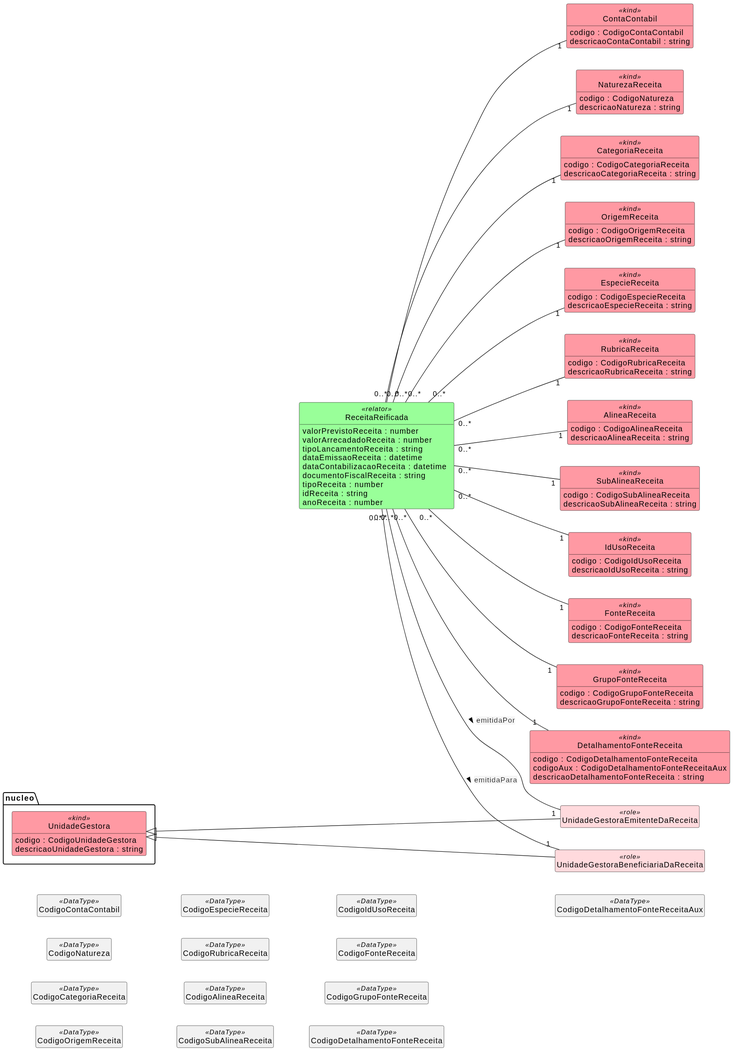
Above: generated/receitas.svg in Renzo-Henrique/secont-ontologias (PlantUML), before the change. Its diagram source:
```plantuml
@startuml
set separator none
left to right direction
skinparam classAttributeIconSize 0
hide empty members
skinparam nodesep 40
skinparam ranksep 45
skinparam backgroundColor white
hide circle
class "ContaContabil" <<kind>> #FF99A3 {
  codigo : CodigoContaContabil
  descricaoContaContabil : string
}
class "NaturezaReceita" <<kind>> #FF99A3 {
  codigo : CodigoNatureza
  descricaoNatureza : string
}
class "CategoriaReceita" <<kind>> #FF99A3 {
  codigo : CodigoCategoriaReceita
  descricaoCategoriaReceita : string
}
class "OrigemReceita" <<kind>> #FF99A3 {
  codigo : CodigoOrigemReceita
  descricaoOrigemReceita : string
}
class "EspecieReceita" <<kind>> #FF99A3 {
  codigo : CodigoEspecieReceita
  descricaoEspecieReceita : string
}
class "RubricaReceita" <<kind>> #FF99A3 {
  codigo : CodigoRubricaReceita
  descricaoRubricaReceita : string
}
class "AlineaReceita" <<kind>> #FF99A3 {
  codigo : CodigoAlineaReceita
  descricaoAlineaReceita : string
}
class "SubAlineaReceita" <<kind>> #FF99A3 {
  codigo : CodigoSubAlineaReceita
  descricaoSubAlineaReceita : string
}
class "IdUsoReceita" <<kind>> #FF99A3 {
  codigo : CodigoIdUsoReceita
  descricaoIdUsoReceita : string
}
class "FonteReceita" <<kind>> #FF99A3 {
  codigo : CodigoFonteReceita
  descricaoFonteReceita : string
}
class "GrupoFonteReceita" <<kind>> #FF99A3 {
  codigo : CodigoGrupoFonteReceita
  descricaoGrupoFonteReceita : string
}
class "DetalhamentoFonteReceita" <<kind>> #FF99A3 {
  codigo : CodigoDetalhamentoFonteReceita
  codigoAux : CodigoDetalhamentoFonteReceitaAux
  descricaoDetalhamentoFonteReceita : string
}
class ReceitaReificada as "                  ReceitaReificada                  " <<relator>> #99FF99 {
  valorPrevistoReceita : number
  valorArrecadadoReceita : number
  tipoLancamentoReceita : string
  dataEmissaoReceita : datetime
  dataContabilizacaoReceita : datetime
  documentoFiscalReceita : string
  tipoReceita : number
  idReceita : string
  anoReceita : number
}
class "UnidadeGestoraEmitenteDaReceita" <<role>> #FFDADD {
}
class "UnidadeGestoraBeneficiariaDaReceita" <<role>> #FFDADD {
}
class "CodigoContaContabil" <<DataType>> {
}
class "CodigoNatureza" <<DataType>> {
}
class "CodigoCategoriaReceita" <<DataType>> {
}
class "CodigoOrigemReceita" <<DataType>> {
}
class "CodigoEspecieReceita" <<DataType>> {
}
class "CodigoRubricaReceita" <<DataType>> {
}
class "CodigoAlineaReceita" <<DataType>> {
}
class "CodigoSubAlineaReceita" <<DataType>> {
}
class "CodigoIdUsoReceita" <<DataType>> {
}
class "CodigoFonteReceita" <<DataType>> {
}
class "CodigoGrupoFonteReceita" <<DataType>> {
}
class "CodigoDetalhamentoFonteReceita" <<DataType>> {
}
class "CodigoDetalhamentoFonteReceitaAux" <<DataType>> {
}

package "nucleo" {
class nucleo_UnidadeGestora as "UnidadeGestora" <<kind>> #FF99A3 {
  codigo : CodigoUnidadeGestora
  descricaoUnidadeGestora : string
}
}
nucleo_UnidadeGestora <|---- "UnidadeGestoraEmitenteDaReceita"
nucleo_UnidadeGestora <|---- "UnidadeGestoraBeneficiariaDaReceita"
ReceitaReificada "0..*" -- "1" "UnidadeGestoraBeneficiariaDaReceita" : <back:WhiteSmoke>emitidaPara</back> >
ReceitaReificada "0..*" -- "1" "ContaContabil"
ReceitaReificada "0..*" -- "1" "NaturezaReceita"
ReceitaReificada "0..*" -- "1" "CategoriaReceita"
ReceitaReificada "0..*" -- "1" "OrigemReceita"
ReceitaReificada "0..*" -- "1" "EspecieReceita"
ReceitaReificada "0..*" -- "1" "RubricaReceita"
ReceitaReificada "0..*" -- "1" "AlineaReceita"
ReceitaReificada "0..*" -- "1" "SubAlineaReceita"
ReceitaReificada "0..*" -- "1" "IdUsoReceita"
ReceitaReificada "0..*" -- "1" "FonteReceita"
ReceitaReificada "0..*" -- "1" "GrupoFonteReceita"
ReceitaReificada "0..*" -- "1" "DetalhamentoFonteReceita"
ReceitaReificada "0..*" -- "1" "UnidadeGestoraEmitenteDaReceita" : <back:WhiteSmoke>emitidaPor</back> >
@enduml
```
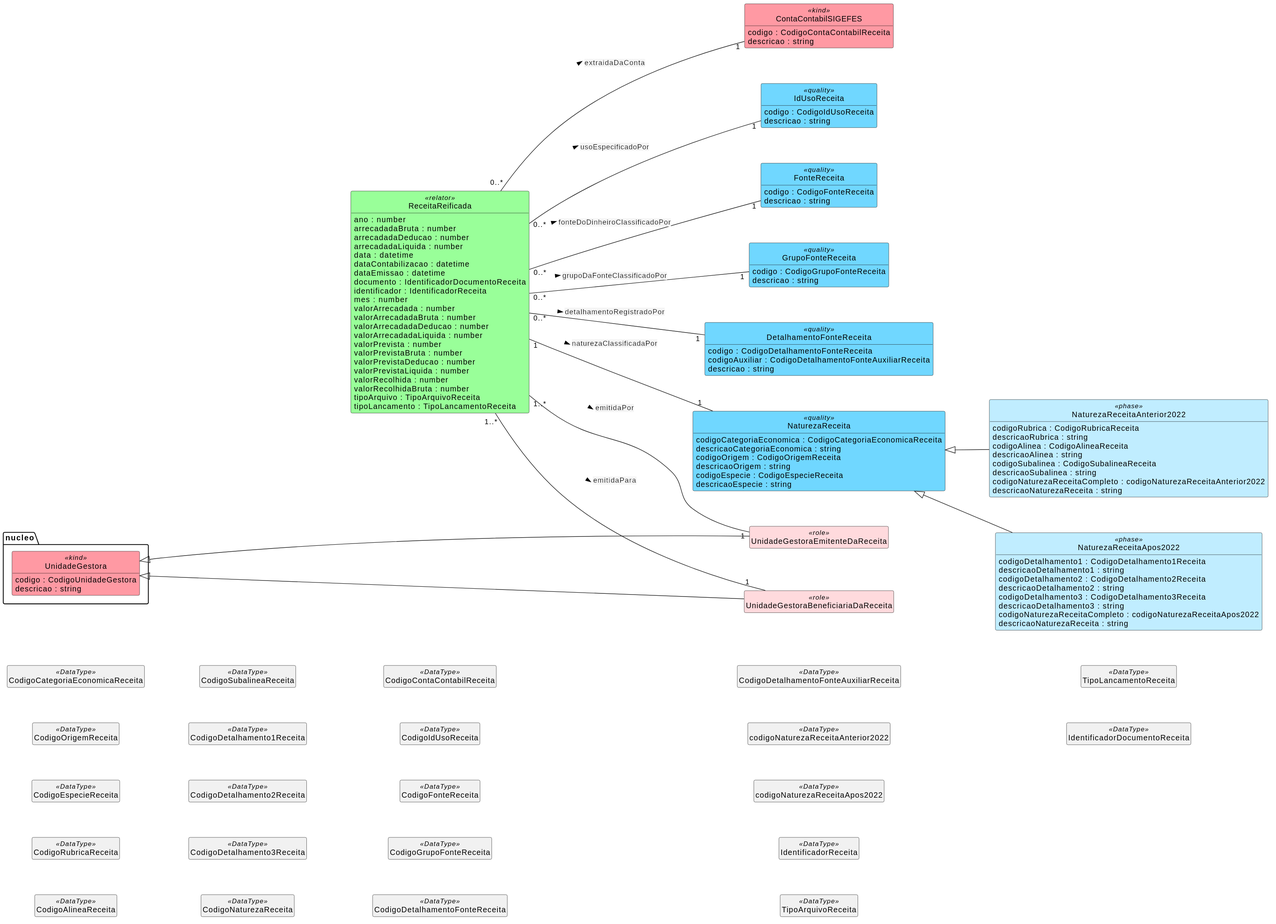
Later version of the same file.

What changed in the source:
```diff
@@ -3,79 +3,88 @@
 left to right direction
 skinparam classAttributeIconSize 0
 hide empty members
-skinparam nodesep 40
-skinparam ranksep 45
+skinparam nodesep 65
+skinparam ranksep 80
 skinparam backgroundColor white
 hide circle
-class "ContaContabil" <<kind>> #FF99A3 {
-  codigo : CodigoContaContabil
-  descricaoContaContabil : string
+class "ContaContabilSIGEFES" <<kind>> #FF99A3 {
+  codigo : CodigoContaContabilReceita
+  descricao : string
 }
-class "NaturezaReceita" <<kind>> #FF99A3 {
-  codigo : CodigoNatureza
-  descricaoNatureza : string
+class "IdUsoReceita" <<quality>> #70D7FF {
+  codigo : CodigoIdUsoReceita
+  descricao : string
 }
-class "CategoriaReceita" <<kind>> #FF99A3 {
-  codigo : CodigoCategoriaReceita
-  descricaoCategoriaReceita : string
+class "FonteReceita" <<quality>> #70D7FF {
+  codigo : CodigoFonteReceita
+  descricao : string
 }
-class "OrigemReceita" <<kind>> #FF99A3 {
-  codigo : CodigoOrigemReceita
-  descricaoOrigemReceita : string
+class "GrupoFonteReceita" <<quality>> #70D7FF {
+  codigo : CodigoGrupoFonteReceita
+  descricao : string
 }
-class "EspecieReceita" <<kind>> #FF99A3 {
-  codigo : CodigoEspecieReceita
-  descricaoEspecieReceita : string
+class "DetalhamentoFonteReceita" <<quality>> #70D7FF {
+  codigo : CodigoDetalhamentoFonteReceita
+  codigoAuxiliar : CodigoDetalhamentoFonteAuxiliarReceita
+  descricao : string
 }
-class "RubricaReceita" <<kind>> #FF99A3 {
-  codigo : CodigoRubricaReceita
-  descricaoRubricaReceita : string
+class NaturezaReceita as "  NaturezaReceita  " <<quality>> #70D7FF {
+  codigoCategoriaEconomica : CodigoCategoriaEconomicaReceita
+  descricaoCategoriaEconomica : string
+  codigoOrigem : CodigoOrigemReceita
+  descricaoOrigem : string
+  codigoEspecie : CodigoEspecieReceita
+  descricaoEspecie : string
 }
-class "AlineaReceita" <<kind>> #FF99A3 {
-  codigo : CodigoAlineaReceita
-  descricaoAlineaReceita : string
+class ReceitaReificada as "            ReceitaReificada            " <<relator>> #99FF99 {
+  ano : number
+  arrecadadaBruta : number
+  arrecadadaDeducao : number
+  arrecadadaLiquida : number
+  data : datetime
+  dataContabilizacao : datetime
+  dataEmissao : datetime
+  documento : IdentificadorDocumentoReceita
+  identificador : IdentificadorReceita
+  mes : number
+  valorArrecadada : number
+  valorArrecadadaBruta : number
+  valorArrecadadaDeducao : number
+  valorArrecadadaLiquida : number
+  valorPrevista : number
+  valorPrevistaBruta : number
+  valorPrevistaDeducao : number
+  valorPrevistaLiquida : number
+  valorRecolhida : number
+  valorRecolhidaBruta : number
+  tipoArquivo : TipoArquivoReceita
+  tipoLancamento : TipoLancamentoReceita
 }
-class "SubAlineaReceita" <<kind>> #FF99A3 {
-  codigo : CodigoSubAlineaReceita
-  descricaoSubAlineaReceita : string
+class "NaturezaReceitaAnterior2022" <<phase>> #C0EDFF {
+  codigoRubrica : CodigoRubricaReceita
+  descricaoRubrica : string
+  codigoAlinea : CodigoAlineaReceita
+  descricaoAlinea : string
+  codigoSubalinea : CodigoSubalineaReceita
+  descricaoSubalinea : string
+  codigoNaturezaReceitaCompleto : codigoNaturezaReceitaAnterior2022
+  descricaoNaturezaReceita : string
 }
-class "IdUsoReceita" <<kind>> #FF99A3 {
-  codigo : CodigoIdUsoReceita
-  descricaoIdUsoReceita : string
-}
-class "FonteReceita" <<kind>> #FF99A3 {
-  codigo : CodigoFonteReceita
-  descricaoFonteReceita : string
-}
-class "GrupoFonteReceita" <<kind>> #FF99A3 {
-  codigo : CodigoGrupoFonteReceita
-  descricaoGrupoFonteReceita : string
-}
-class "DetalhamentoFonteReceita" <<kind>> #FF99A3 {
-  codigo : CodigoDetalhamentoFonteReceita
-  codigoAux : CodigoDetalhamentoFonteReceitaAux
-  descricaoDetalhamentoFonteReceita : string
-}
-class ReceitaReificada as "                  ReceitaReificada                  " <<relator>> #99FF99 {
-  valorPrevistoReceita : number
-  valorArrecadadoReceita : number
-  tipoLancamentoReceita : string
-  dataEmissaoReceita : datetime
-  dataContabilizacaoReceita : datetime
-  documentoFiscalReceita : string
-  tipoReceita : number
-  idReceita : string
-  anoReceita : number
+class "NaturezaReceitaApos2022" <<phase>> #C0EDFF {
+  codigoDetalhamento1 : CodigoDetalhamento1Receita
+  descricaoDetalhamento1 : string
+  codigoDetalhamento2 : CodigoDetalhamento2Receita
+  descricaoDetalhamento2 : string
+  codigoDetalhamento3 : CodigoDetalhamento3Receita
+  descricaoDetalhamento3 : string
+  codigoNaturezaReceitaCompleto : codigoNaturezaReceitaApos2022
+  descricaoNaturezaReceita : string
 }
 class "UnidadeGestoraEmitenteDaReceita" <<role>> #FFDADD {
 }
 class "UnidadeGestoraBeneficiariaDaReceita" <<role>> #FFDADD {
 }
-class "CodigoContaContabil" <<DataType>> {
-}
-class "CodigoNatureza" <<DataType>> {
-}
-class "CodigoCategoriaReceita" <<DataType>> {
+class "CodigoCategoriaEconomicaReceita" <<DataType>> {
 }
 class "CodigoOrigemReceita" <<DataType>> {
 }
@@ -85,7 +94,17 @@
 }
 class "CodigoAlineaReceita" <<DataType>> {
 }
-class "CodigoSubAlineaReceita" <<DataType>> {
+class "CodigoSubalineaReceita" <<DataType>> {
+}
+class "CodigoDetalhamento1Receita" <<DataType>> {
+}
+class "CodigoDetalhamento2Receita" <<DataType>> {
+}
+class "CodigoDetalhamento3Receita" <<DataType>> {
+}
+class "CodigoNaturezaReceita" <<DataType>> {
+}
+class "CodigoContaContabilReceita" <<DataType>> {
 }
 class "CodigoIdUsoReceita" <<DataType>> {
 }
@@ -95,29 +114,39 @@
 }
 class "CodigoDetalhamentoFonteReceita" <<DataType>> {
 }
-class "CodigoDetalhamentoFonteReceitaAux" <<DataType>> {
+class "CodigoDetalhamentoFonteAuxiliarReceita" <<DataType>> {
+}
+class "codigoNaturezaReceitaAnterior2022" <<DataType>> {
+}
+class "codigoNaturezaReceitaApos2022" <<DataType>> {
+}
+class "IdentificadorReceita" <<DataType>> {
+}
+class "TipoArquivoReceita" <<DataType>> {
+}
+class "TipoLancamentoReceita" <<DataType>> {
+}
+class "IdentificadorReceita" <<DataType>> {
+}
+class "IdentificadorDocumentoReceita" <<DataType>> {
 }
 
 package "nucleo" {
 class nucleo_UnidadeGestora as "UnidadeGestora" <<kind>> #FF99A3 {
   codigo : CodigoUnidadeGestora
-  descricaoUnidadeGestora : string
+  descricao : string
 }
 }
+NaturezaReceita <|-- "NaturezaReceitaAnterior2022"
+NaturezaReceita <|-- "NaturezaReceitaApos2022"
 nucleo_UnidadeGestora <|---- "UnidadeGestoraEmitenteDaReceita"
 nucleo_UnidadeGestora <|---- "UnidadeGestoraBeneficiariaDaReceita"
-ReceitaReificada "0..*" -- "1" "UnidadeGestoraBeneficiariaDaReceita" : <back:WhiteSmoke>emitidaPara</back> >
-ReceitaReificada "0..*" -- "1" "ContaContabil"
-ReceitaReificada "0..*" -- "1" "NaturezaReceita"
-ReceitaReificada "0..*" -- "1" "CategoriaReceita"
-ReceitaReificada "0..*" -- "1" "OrigemReceita"
-ReceitaReificada "0..*" -- "1" "EspecieReceita"
-ReceitaReificada "0..*" -- "1" "RubricaReceita"
-ReceitaReificada "0..*" -- "1" "AlineaReceita"
-ReceitaReificada "0..*" -- "1" "SubAlineaReceita"
-ReceitaReificada "0..*" -- "1" "IdUsoReceita"
-ReceitaReificada "0..*" -- "1" "FonteReceita"
-ReceitaReificada "0..*" -- "1" "GrupoFonteReceita"
-ReceitaReificada "0..*" -- "1" "DetalhamentoFonteReceita"
-ReceitaReificada "0..*" -- "1" "UnidadeGestoraEmitenteDaReceita" : <back:WhiteSmoke>emitidaPor</back> >
+ReceitaReificada "1..*" -- "1" "UnidadeGestoraBeneficiariaDaReceita" : <back:WhiteSmoke>emitidaPara</back> >
+ReceitaReificada "1..*" -- "1" "UnidadeGestoraEmitenteDaReceita" : <back:WhiteSmoke>emitidaPor</back> >
+ReceitaReificada "1" -- "1" NaturezaReceita : <back:WhiteSmoke>naturezaClassificadaPor</back> >
+ReceitaReificada "0..*" -- "1" "ContaContabilSIGEFES" : <back:WhiteSmoke>extraidaDaConta</back> >
+ReceitaReificada "0..*" -- "1" "IdUsoReceita" : <back:WhiteSmoke>usoEspecificadoPor</back> >
+ReceitaReificada "0..*" -- "1" "FonteReceita" : <back:WhiteSmoke>fonteDoDinheiroClassificadoPor</back> >
+ReceitaReificada "0..*" -- "1" "GrupoFonteReceita" : <back:WhiteSmoke>grupoDaFonteClassificadoPor</back> >
+ReceitaReificada "0..*" -- "1" "DetalhamentoFonteReceita" : <back:WhiteSmoke>detalhamentoRegistradoPor</back> >
 @enduml
```
